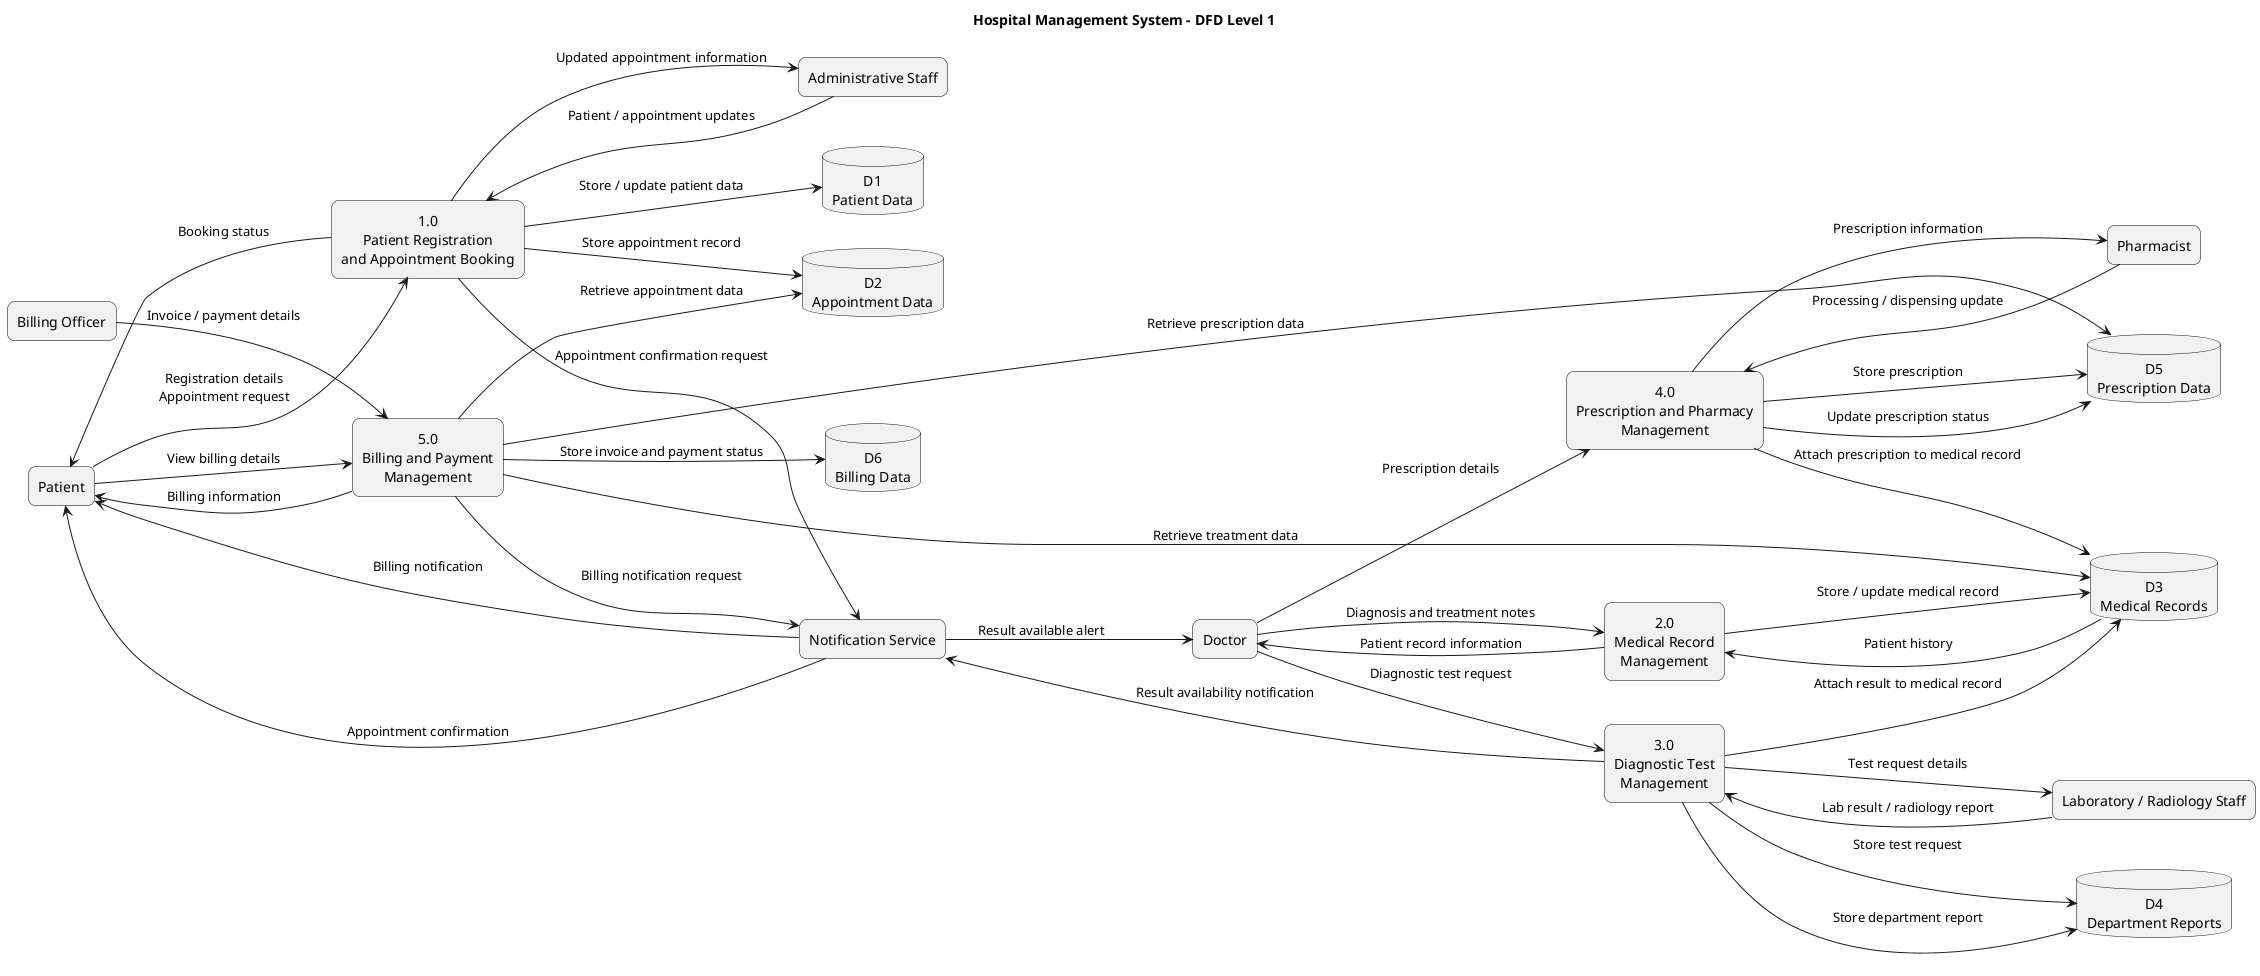
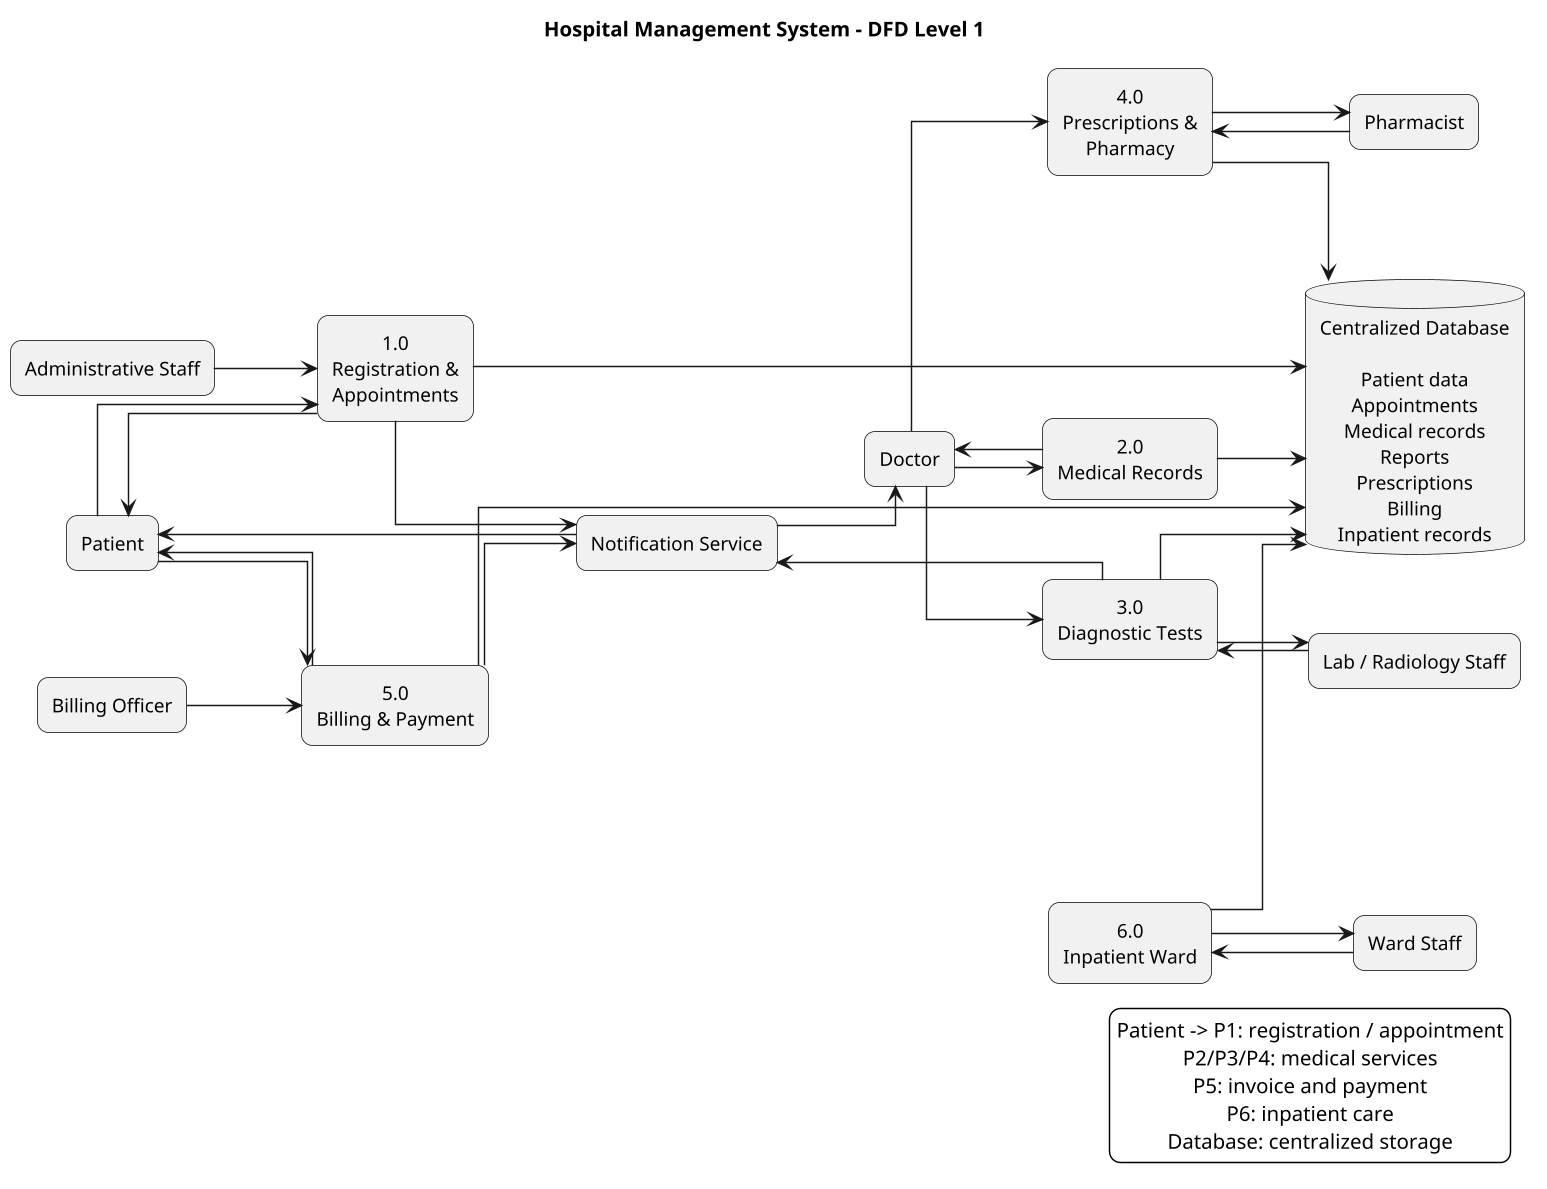
@startuml
title Hospital Management System - DFD Level 1

left to right direction

skinparam backgroundColor white
skinparam shadowing false
skinparam defaultTextAlignment center
+ skinparam linetype ortho
+ skinparam dpi 140
+ skinparam defaultFontSize 13
+ skinparam ArrowFontSize 8
+ skinparam nodesep 55
+ skinparam ranksep 60
+ 
skinparam rectangle {
  RoundCorner 15
  BorderColor black
}
skinparam database {
  BorderColor black
}

- ' External Entities
rectangle "Patient" as Patient
rectangle "Doctor" as Doctor
rectangle "Administrative Staff" as Admin
- rectangle "Laboratory / Radiology Staff" as Dept
+ rectangle "Lab / Radiology Staff" as Dept
rectangle "Pharmacist" as Pharmacist
rectangle "Billing Officer" as Billing
+ rectangle "Ward Staff" as Ward
rectangle "Notification Service" as Notification

- ' Processes
- rectangle "1.0\nPatient Registration\nand Appointment Booking" as P1
- rectangle "2.0\nMedical Record\nManagement" as P2
- rectangle "3.0\nDiagnostic Test\nManagement" as P3
- rectangle "4.0\nPrescription and Pharmacy\nManagement" as P4
- rectangle "5.0\nBilling and Payment\nManagement" as P5
+ rectangle "1.0\nRegistration &\nAppointments" as P1
+ rectangle "2.0\nMedical Records" as P2
+ rectangle "3.0\nDiagnostic Tests" as P3
+ rectangle "4.0\nPrescriptions &\nPharmacy" as P4
+ rectangle "5.0\nBilling & Payment" as P5
+ rectangle "6.0\nInpatient Ward" as P6

- ' Data Stores
- database "D1\nPatient Data" as D1
- database "D2\nAppointment Data" as D2
- database "D3\nMedical Records" as D3
- database "D4\nDepartment Reports" as D4
- database "D5\nPrescription Data" as D5
- database "D6\nBilling Data" as D6
+ database "Centralized Database\n\nPatient data\nAppointments\nMedical records\nReports\nPrescriptions\nBilling\nInpatient records" as DB

- ' Patient Registration and Appointments
- Patient --> P1 : Registration details\nAppointment request
- P1 --> D1 : Store / update patient data
- P1 --> D2 : Store appointment record
- P1 --> Notification : Appointment confirmation request
- Notification --> Patient : Appointment confirmation
- P1 --> Patient : Booking status
+ Patient --> P1
+ Admin --> P1
+ P1 --> DB
+ P1 --> Patient
+ P1 --> Notification

- Admin --> P1 : Patient / appointment updates
- P1 --> Admin : Updated appointment information
+ Doctor --> P2
+ P2 --> DB
+ P2 --> Doctor

- ' Medical Record Management
- Doctor --> P2 : Diagnosis and treatment notes
- P2 --> D3 : Store / update medical record
- P2 --> Doctor : Patient record information
- D3 --> P2 : Patient history
+ Doctor --> P3
+ P3 --> Dept
+ Dept --> P3
+ P3 --> DB
+ P3 --> Notification

- ' Diagnostic Test Management
- Doctor --> P3 : Diagnostic test request
- P3 --> D4 : Store test request
- P3 --> Dept : Test request details
- Dept --> P3 : Lab result / radiology report
- P3 --> D4 : Store department report
- P3 --> D3 : Attach result to medical record
- P3 --> Notification : Result availability notification
- Notification --> Doctor : Result available alert
+ Doctor --> P4
+ P4 --> Pharmacist
+ Pharmacist --> P4
+ P4 --> DB

- ' Prescription and Pharmacy Management
- Doctor --> P4 : Prescription details
- P4 --> D5 : Store prescription
- P4 --> Pharmacist : Prescription information
- Pharmacist --> P4 : Processing / dispensing update
- P4 --> D5 : Update prescription status
- P4 --> D3 : Attach prescription to medical record
+ Billing --> P5
+ Patient --> P5
+ P5 --> DB
+ P5 --> Patient
+ P5 --> Notification

- ' Billing and Payment Management
- Billing --> P5 : Invoice / payment details
- P5 --> D2 : Retrieve appointment data
- P5 --> D3 : Retrieve treatment data
- P5 --> D5 : Retrieve prescription data
- P5 --> D6 : Store invoice and payment status
- P5 --> Notification : Billing notification request
- Notification --> Patient : Billing notification
- Patient --> P5 : View billing details
- P5 --> Patient : Billing information
+ Ward --> P6
+ P6 --> DB
+ P6 --> Ward
+ 
+ Notification --> Patient
+ Notification --> Doctor
+ 
+ legend right
+   Patient -> P1: registration / appointment
+   P2/P3/P4: medical services
+   P5: invoice and payment
+   P6: inpatient care
+   Database: centralized storage
+ endlegend

@enduml